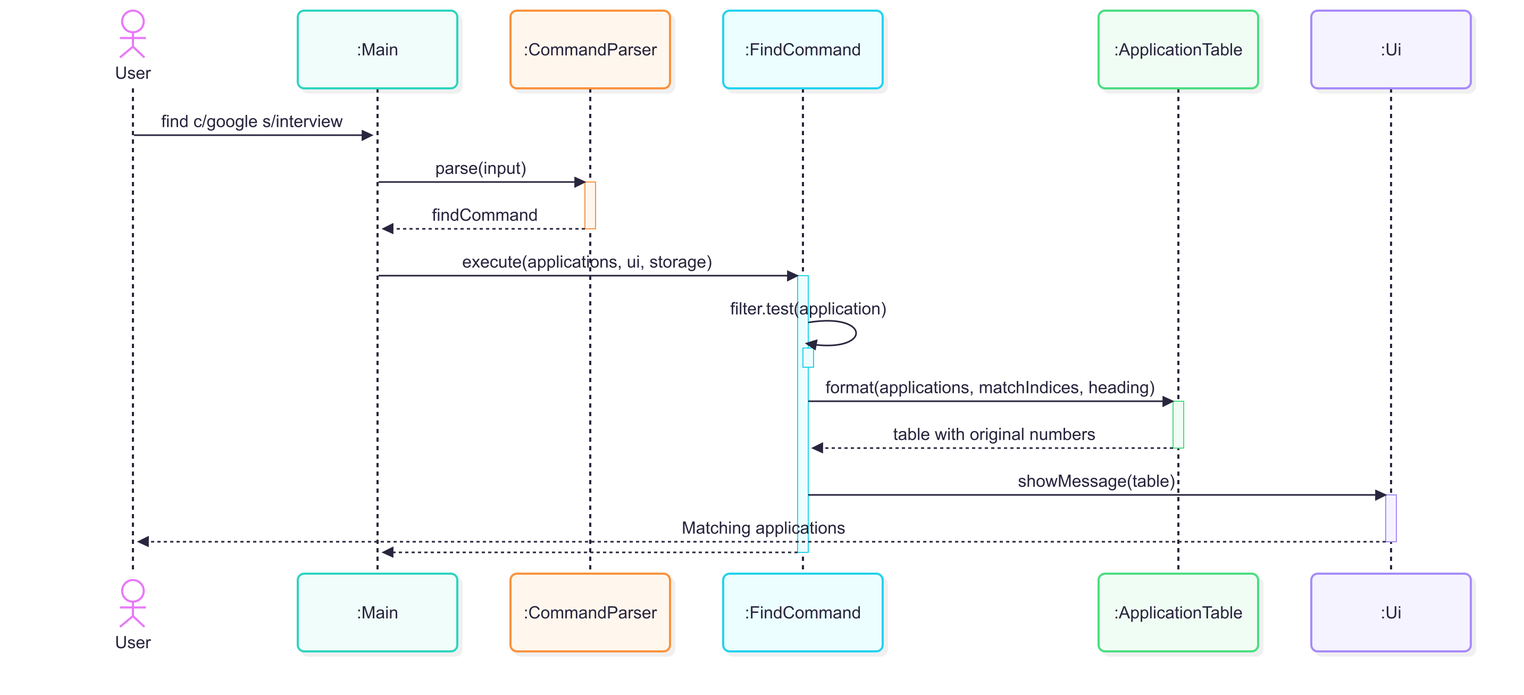
Above: docs/diagrams/find-combined-filters-sequence.png in AY2627S1-CS2113-T10-2/tp (Mermaid), before the change. Its source is kept beside it as docs/diagrams/sources/find-combined-filters-sequence.mmd.
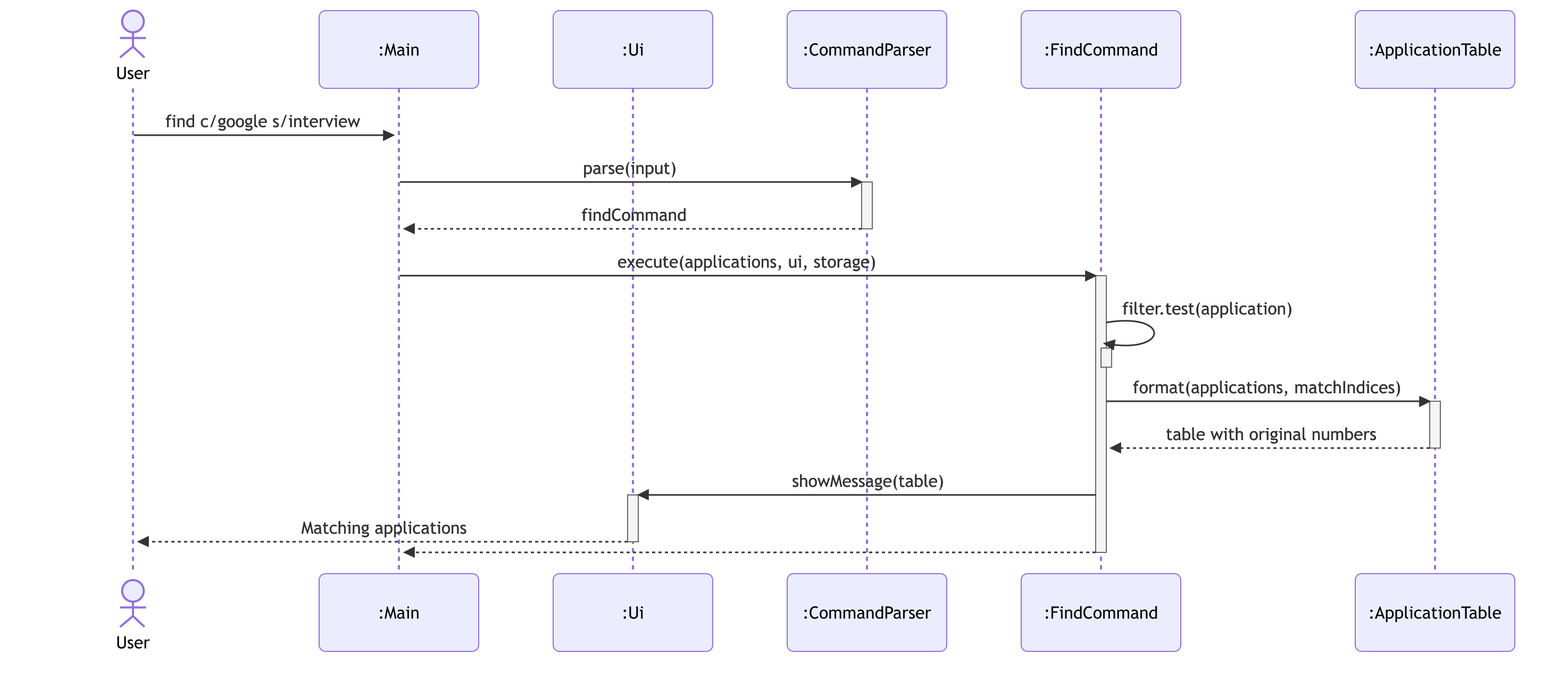
Above is the later version.

What changed in the source:
```diff
@@ -1,10 +1,11 @@
+%%{init: {'theme': 'default', 'sequence': {'actorMargin': 70, 'messageMargin': 45}}}%%
 sequenceDiagram
     actor user as User
     participant main as :Main
+    participant ui as :Ui
     participant parser as :CommandParser
     participant cmd as :FindCommand
     participant table as :ApplicationTable
-    participant ui as :Ui
 
     user->>main: find c/google s/interview
     main->>parser: parse(input)
@@ -16,7 +17,7 @@
     cmd->>cmd: filter.test(application)
     activate cmd
     deactivate cmd
-    cmd->>table: format(applications, matchIndices, heading)
+    cmd->>table: format(applications, matchIndices)
     activate table
     table-->>cmd: table with original numbers
     deactivate table
```
